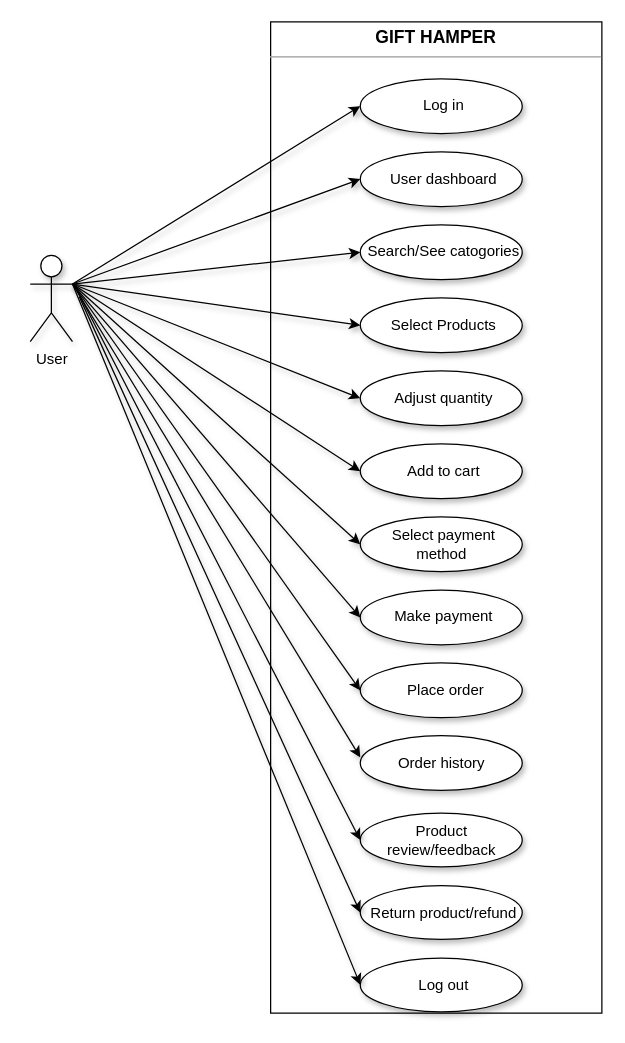
The draw.io diagram page "User Case" (3 of 5) of Usecase userside.drawio in panchalbhavya2210/gift_documentation, before the edit. Source tidied: cells renumbered, new cells numbered last; positions are measured from the earlier drawing's top-left corner, leaving out a move shared by most shapes. Both pictures are drawn from the tidied source at 125%, with x=0, y=0 at pixel (30, 21).
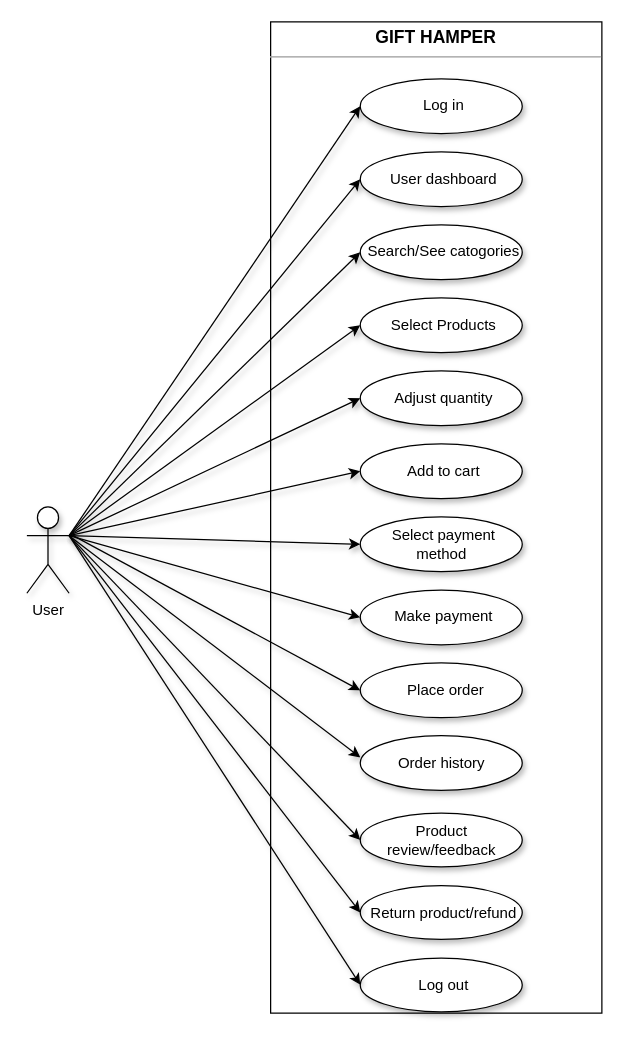
After the change.

The change refers to these unchanged cells:
```xml
<mxCell id="5" value="Product review/feedback" style="ellipse;whiteSpace=wrap;html=1;shadow=1;" parent="1" vertex="1">
  <mxGeometry x="263.7" y="633" width="129.6" height="43" as="geometry" />
</mxCell>
<mxCell id="23" value="&amp;nbsp; Place order" style="ellipse;whiteSpace=wrap;html=1;shadow=1;" parent="1" vertex="1">
  <mxGeometry x="263.7" y="512.9" width="129.6" height="43.8" as="geometry" />
</mxCell>
<mxCell id="27" value="&amp;nbsp;Return product/refund" style="ellipse;whiteSpace=wrap;html=1;shadow=1;" parent="1" vertex="1">
  <mxGeometry x="263.7" y="691" width="129.6" height="43" as="geometry" />
</mxCell>
```

Change to the diagram source:
```diff
@@
     <mxCell id="6" value="User" style="shape=umlActor;verticalLabelPosition=bottom;verticalAlign=top;html=1;outlineConnect=0;shadow=1;" parent="1" vertex="1">
-      <mxGeometry x="-0.3" y="186.7" width="33.8" height="69.1" as="geometry" />
+      <mxGeometry x="-3" y="388" width="33.8" height="69.1" as="geometry" />
     </mxCell>
@@
     <mxCell id="24" style="endArrow=classic;html=1;rounded=0;entryX=0;entryY=0.5;entryDx=0;entryDy=0;shadow=1;" parent="1" edge="1" target="23">
       <mxGeometry relative="1" as="geometry">
-        <mxPoint x="33.7" y="209.7" as="sourcePoint" />
+        <mxPoint x="34" y="411" as="sourcePoint" />
       </mxGeometry>
     </mxCell>
@@
-    <mxCell id="26" style="rounded=0;jettySize=auto;html=1;exitX=1;exitY=0.3333333333333333;exitDx=0;exitDy=0;exitPerimeter=0;shadow=1;entryX=0;entryY=0.5;entryDx=0;entryDy=0;" parent="1" edge="1" target="5">
-      <mxGeometry relative="1" as="geometry">
-        <mxPoint x="36.6" y="213.7" as="sourcePoint" />
-      </mxGeometry>
+    <mxCell id="26" style="rounded=0;jettySize=auto;html=1;exitX=1;exitY=0.3333333333333333;exitDx=0;exitDy=0;exitPerimeter=0;shadow=1;entryX=0;entryY=0.5;entryDx=0;entryDy=0;" parent="1" edge="1" source="6" target="5">
+      <mxGeometry relative="1" as="geometry" />
     </mxCell>
@@
-    <mxCell id="29" style="rounded=0;jettySize=auto;html=1;shadow=1;entryX=0;entryY=0.5;entryDx=0;entryDy=0;" parent="1" edge="1" target="27">
-      <mxGeometry relative="1" as="geometry">
-        <mxPoint x="39" y="220" as="sourcePoint" />
-      </mxGeometry>
+    <mxCell id="29" style="rounded=0;jettySize=auto;html=1;shadow=1;entryX=0;entryY=0.5;entryDx=0;entryDy=0;exitX=1;exitY=0.3333333333333333;exitDx=0;exitDy=0;exitPerimeter=0;" parent="1" edge="1" source="6" target="27">
+      <mxGeometry relative="1" as="geometry" />
     </mxCell>
```
